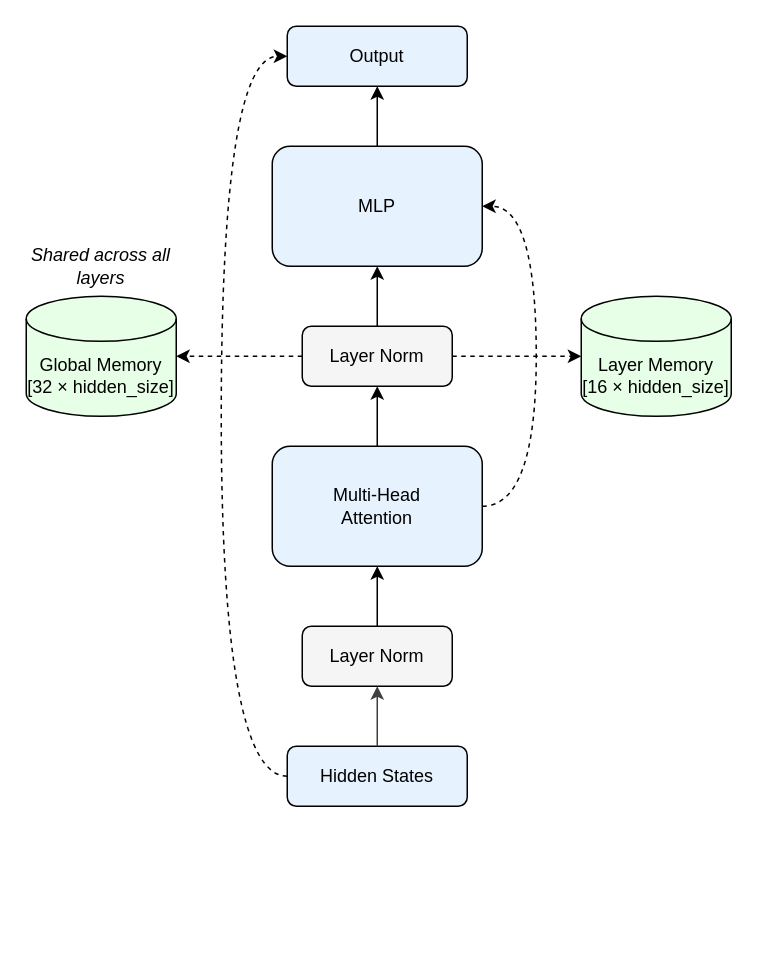
Before: Memory Module Integration Diagram.drawio in nomadicsynth/neon-transformer, a draw.io diagram. Source tidied: cells renumbered, new cells numbered last; positions are measured from the earlier drawing's top-left corner, leaving out a move shared by most shapes. Both pictures are drawn from the tidied source at 150%, with x=0, y=0 at pixel (26, 26).
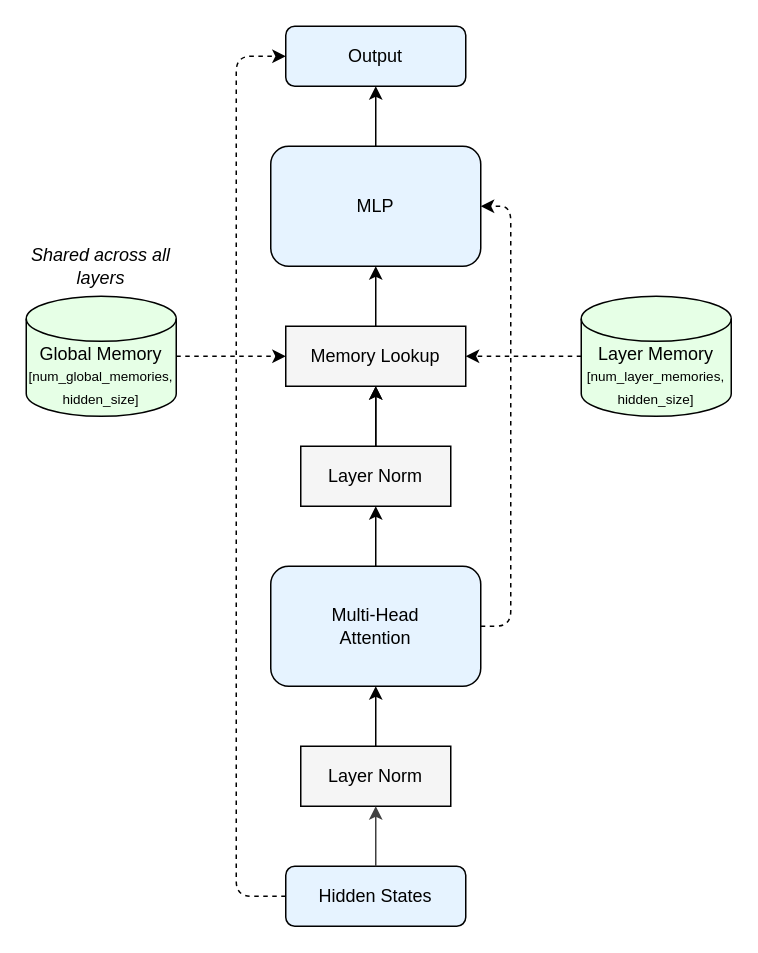
The same page after the edit.

The change refers to these unchanged cells:
```xml
<mxCell id="18" style="group;" parent="1" vertex="1">
  <mxGeometry y="150" width="100" height="110" as="geometry" />
</mxCell>
```

Diff of the diagram source:
```diff
@@
-    <mxCell id="2" style="edgeStyle=orthogonalEdgeStyle;rounded=0;jettySize=auto;html=1;entryX=0;entryY=0.5;entryDx=0;entryDy=0;curved=1;dashed=1;exitX=0;exitY=0.5;exitDx=0;exitDy=0;" parent="1" edge="1" source="3" target="16">
-      <mxGeometry relative="1" as="geometry">
-        <Array as="points">
-          <mxPoint x="130" y="500" />
-          <mxPoint x="130" y="20" />
-        </Array>
-      </mxGeometry>
-    </mxCell>
     <mxCell id="3" value="Hidden States" style="rounded=1;whiteSpace=wrap;html=1;fillColor=#E6F3FF;strokeColor=#000000;" parent="1" vertex="1">
-      <mxGeometry x="174" y="480" width="120" height="40" as="geometry" />
+      <mxGeometry x="173" y="560" width="120" height="40" as="geometry" />
     </mxCell>
@@
-    <mxCell id="5" value="Layer Norm" style="rounded=1;whiteSpace=wrap;html=1;fillColor=#F5F5F5;strokeColor=#000000;" parent="1" vertex="1">
-      <mxGeometry x="184" y="400" width="100" height="40" as="geometry" />
+    <mxCell id="5" value="Layer Norm" style="rounded=0;whiteSpace=wrap;html=1;fillColor=#F5F5F5;strokeColor=#000000;align=center;verticalAlign=middle;fontFamily=Helvetica;fontSize=12;fontColor=default;" parent="1" vertex="1">
+      <mxGeometry x="183" y="480" width="100" height="40" as="geometry" />
     </mxCell>
@@
-    <mxCell id="7" style="edgeStyle=orthogonalEdgeStyle;rounded=0;jettySize=auto;html=1;entryX=1;entryY=0.5;entryDx=0;entryDy=0;curved=1;dashed=1;exitX=1;exitY=0.5;exitDx=0;exitDy=0;" parent="1" edge="1" source="8" target="15">
-      <mxGeometry relative="1" as="geometry">
-        <Array as="points">
-          <mxPoint x="340" y="320" />
-          <mxPoint x="340" y="120" />
-        </Array>
-      </mxGeometry>
-    </mxCell>
     <mxCell id="8" value="Multi-Head&#10;Attention" style="rounded=1;whiteSpace=wrap;html=1;fillColor=#E6F3FF;strokeColor=#000000;" parent="1" vertex="1">
-      <mxGeometry x="164" y="280" width="140" height="80" as="geometry" />
+      <mxGeometry x="163" y="360" width="140" height="80" as="geometry" />
     </mxCell>
-    <mxCell id="9" style="edgeStyle=orthogonalEdgeStyle;rounded=0;jettySize=auto;html=1;" parent="1" edge="1" source="12" target="15">
+    <mxCell id="9" style="edgeStyle=orthogonalEdgeStyle;rounded=0;jettySize=auto;html=1;" parent="1" edge="1" source="23" target="15">
       <mxGeometry relative="1" as="geometry" />
     </mxCell>
-    <mxCell id="10" style="edgeStyle=orthogonalEdgeStyle;rounded=0;jettySize=auto;html=1;dashed=1;" parent="1" edge="1" source="12" target="19">
+    <mxCell id="10" style="edgeStyle=orthogonalEdgeStyle;rounded=0;jettySize=auto;html=1;dashed=1;exitX=1;exitY=0.5;exitDx=0;exitDy=0;exitPerimeter=0;entryX=0;entryY=0.5;entryDx=0;entryDy=0;" parent="1" edge="1" source="19" target="23">
       <mxGeometry relative="1" as="geometry" />
     </mxCell>
-    <mxCell id="11" style="edgeStyle=orthogonalEdgeStyle;rounded=0;jettySize=auto;html=1;dashed=1;" parent="1" edge="1" source="12" target="13">
+    <mxCell id="11" style="edgeStyle=orthogonalEdgeStyle;rounded=0;jettySize=auto;html=1;dashed=1;entryX=1;entryY=0.5;entryDx=0;entryDy=0;exitX=0;exitY=0.5;exitDx=0;exitDy=0;exitPerimeter=0;" parent="1" edge="1" source="13" target="23">
       <mxGeometry relative="1" as="geometry" />
     </mxCell>
-    <mxCell id="12" value="Layer Norm" style="rounded=1;whiteSpace=wrap;html=1;fillColor=#F5F5F5;strokeColor=#000000;" parent="1" vertex="1">
-      <mxGeometry x="184" y="200" width="100" height="40" as="geometry" />
+    <mxCell id="12" value="Layer Norm" style="rounded=0;whiteSpace=wrap;html=1;fillColor=#F5F5F5;strokeColor=#000000;" parent="1" vertex="1">
+      <mxGeometry x="183" y="280" width="100" height="40" as="geometry" />
     </mxCell>
-    <mxCell id="13" value="Layer Memory&#10;[16 × hidden_size]" style="shape=cylinder3;whiteSpace=wrap;html=1;boundedLbl=1;backgroundOutline=1;size=15;fillColor=#E6FFE6;strokeColor=#000000;" parent="1" vertex="1">
+    <mxCell id="13" value="Layer Memory&lt;br&gt;&lt;font style=&quot;font-size: 9px;&quot;&gt;[num_layer_memories, hidden_size]&lt;/font&gt;" style="shape=cylinder3;whiteSpace=wrap;html=1;boundedLbl=1;backgroundOutline=1;size=15;fillColor=#E6FFE6;strokeColor=#000000;" parent="1" vertex="1">
       <mxGeometry x="370" y="180" width="100" height="80" as="geometry" />
     </mxCell>
-    <mxCell id="14" style="edgeStyle=orthogonalEdgeStyle;rounded=0;jettySize=auto;html=1;" parent="1" edge="1" source="15" target="16">
+    <mxCell id="14" style="edgeStyle=orthogonalEdgeStyle;rounded=0;jettySize=auto;html=1;exitX=0.5;exitY=0;exitDx=0;exitDy=0;" parent="1" edge="1" source="15" target="16">
       <mxGeometry relative="1" as="geometry" />
     </mxCell>
     <mxCell id="15" value="MLP" style="rounded=1;whiteSpace=wrap;html=1;fillColor=#E6F3FF;strokeColor=#000000;" parent="1" vertex="1">
-      <mxGeometry x="164" y="80" width="140" height="80" as="geometry" />
+      <mxGeometry x="163" y="80" width="140" height="80" as="geometry" />
     </mxCell>
     <mxCell id="16" value="Output" style="rounded=1;whiteSpace=wrap;html=1;fillColor=#E6F3FF;strokeColor=#000000;" parent="1" vertex="1">
-      <mxGeometry x="174" width="120" height="40" as="geometry" />
+      <mxGeometry x="173" width="120" height="40" as="geometry" />
     </mxCell>
@@
-    <mxCell id="19" value="Global Memory&#10;[32 × hidden_size]" style="shape=cylinder3;whiteSpace=wrap;html=1;boundedLbl=1;backgroundOutline=1;size=15;fillColor=#E6FFE6;strokeColor=#000000;" parent="18" vertex="1">
+    <mxCell id="19" value="Global Memory&lt;br&gt;&lt;font style=&quot;font-size: 9px;&quot;&gt;[num_global_memories, hidden_size]&lt;/font&gt;" style="shape=cylinder3;whiteSpace=wrap;html=1;boundedLbl=1;backgroundOutline=1;size=15;fillColor=#E6FFE6;strokeColor=#000000;" parent="18" vertex="1">
       <mxGeometry y="30" width="100" height="80" as="geometry" />
     </mxCell>
@@
+    <mxCell id="21" style="edgeStyle=orthogonalEdgeStyle;rounded=0;jettySize=auto;html=1;" parent="1" edge="1" source="12" target="23">
+      <mxGeometry relative="1" as="geometry" />
+    </mxCell>
+    <mxCell id="22" style="edgeStyle=orthogonalEdgeStyle;rounded=0;jettySize=auto;html=1;" parent="1" edge="1" source="12" target="23">
+      <mxGeometry relative="1" as="geometry" />
+    </mxCell>
+    <mxCell id="23" value="Memory Lookup" style="rounded=0;whiteSpace=wrap;html=1;strokeColor=#000000;align=center;verticalAlign=middle;fontFamily=Helvetica;fontSize=12;fontColor=default;fillColor=#F5F5F5;" parent="1" vertex="1">
+      <mxGeometry x="173" y="200" width="120" height="40" as="geometry" />
+    </mxCell>
+    <mxCell id="2" style="edgeStyle=orthogonalEdgeStyle;rounded=1;jettySize=auto;html=1;dashed=1;exitX=0;exitY=0.5;exitDx=0;exitDy=0;entryX=0;entryY=0.5;entryDx=0;entryDy=0;curved=0;" parent="1" edge="1" source="3" target="16">
+      <mxGeometry relative="1" as="geometry">
+        <Array as="points">
+          <mxPoint x="140" y="580" />
+          <mxPoint x="140" y="20" />
+        </Array>
+      </mxGeometry>
+    </mxCell>
+    <mxCell id="7" style="edgeStyle=orthogonalEdgeStyle;rounded=1;jettySize=auto;html=1;dashed=1;exitX=1;exitY=0.5;exitDx=0;exitDy=0;entryX=1;entryY=0.5;entryDx=0;entryDy=0;curved=0;" parent="1" edge="1" source="8" target="15">
+      <mxGeometry relative="1" as="geometry" />
+    </mxCell>
```
